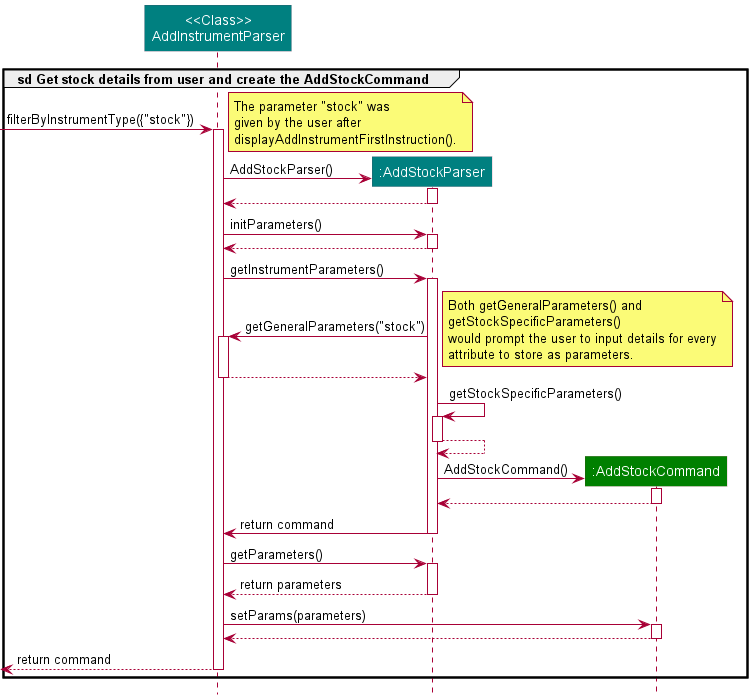
Above: docs/images/AddStockSequenceDiagramRef.png in williamlamjy/mTracker (PlantUML), before the change.
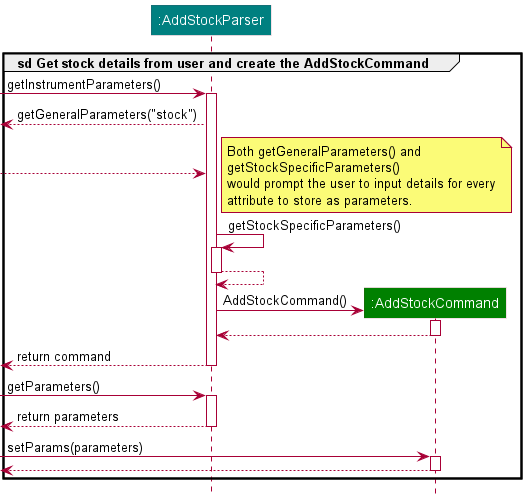
Later version of the same file.

Change to the diagram source:
```diff
@@ -2,34 +2,14 @@
 !include Styles.puml
 
 group sd Get stock details from user and create the AddStockCommand
-participant "<<Class>>\nAddInstrumentParser" as AddInstrumentParser COLOR_CONSOLE
 participant ":AddStockParser" as AddStockParser COLOR_CONSOLE
 participant ":AddStockCommand" as AddStockCommand COLOR_COMMANDS
 
-[-> AddInstrumentParser : filterByInstrumentType({"stock"})
-activate AddInstrumentParser
+[-> AddStockParser : getInstrumentParameters()
+activate AddStockParser
+[<--AddStockParser : getGeneralParameters("stock")
 
-note right
-The parameter "stock" was
-given by the user after
-displayAddInstrumentFirstInstruction().
-end note
-
-create AddStockParser
-AddInstrumentParser -> AddStockParser : AddStockParser()
-activate AddStockParser
-
-AddStockParser --> AddInstrumentParser
-deactivate AddStockParser
-
-AddInstrumentParser -> AddStockParser : initParameters()
-activate AddStockParser
-AddStockParser --> AddInstrumentParser
-deactivate AddStockParser
-
-AddInstrumentParser -> AddStockParser : getInstrumentParameters()
-activate AddStockParser
-AddStockParser -> AddInstrumentParser : getGeneralParameters("stock")
+[--> AddStockParser
 
 note right
 Both getGeneralParameters() and
@@ -37,10 +17,6 @@
 would prompt the user to input details for every
 attribute to store as parameters.
 end note
-
-activate AddInstrumentParser
-AddInstrumentParser --> AddStockParser
-deactivate AddInstrumentParser
 
 AddStockParser -> AddStockParser : getStockSpecificParameters()
 activate AddStockParser
@@ -53,20 +29,18 @@
 AddStockCommand --> AddStockParser
 deactivate AddStockCommand
 
-AddStockParser -> AddInstrumentParser : return command
+[<--AddStockParser : return command
 deactivate AddStockParser
 
-AddInstrumentParser -> AddStockParser : getParameters()
+[->AddStockParser : getParameters()
 activate AddStockParser
-AddStockParser --> AddInstrumentParser : return parameters
+[<--AddStockParser : return parameters
 deactivate AddStockParser
 
-AddInstrumentParser -> AddStockCommand : setParams(parameters)
+[-> AddStockCommand : setParams(parameters)
 activate AddStockCommand
-AddStockCommand --> AddInstrumentParser
+[<--AddStockCommand
 deactivate AddStockCommand
 
-[<-- AddInstrumentParser : return command
-deactivate AddInstrumentParser
 end
 @enduml
```
